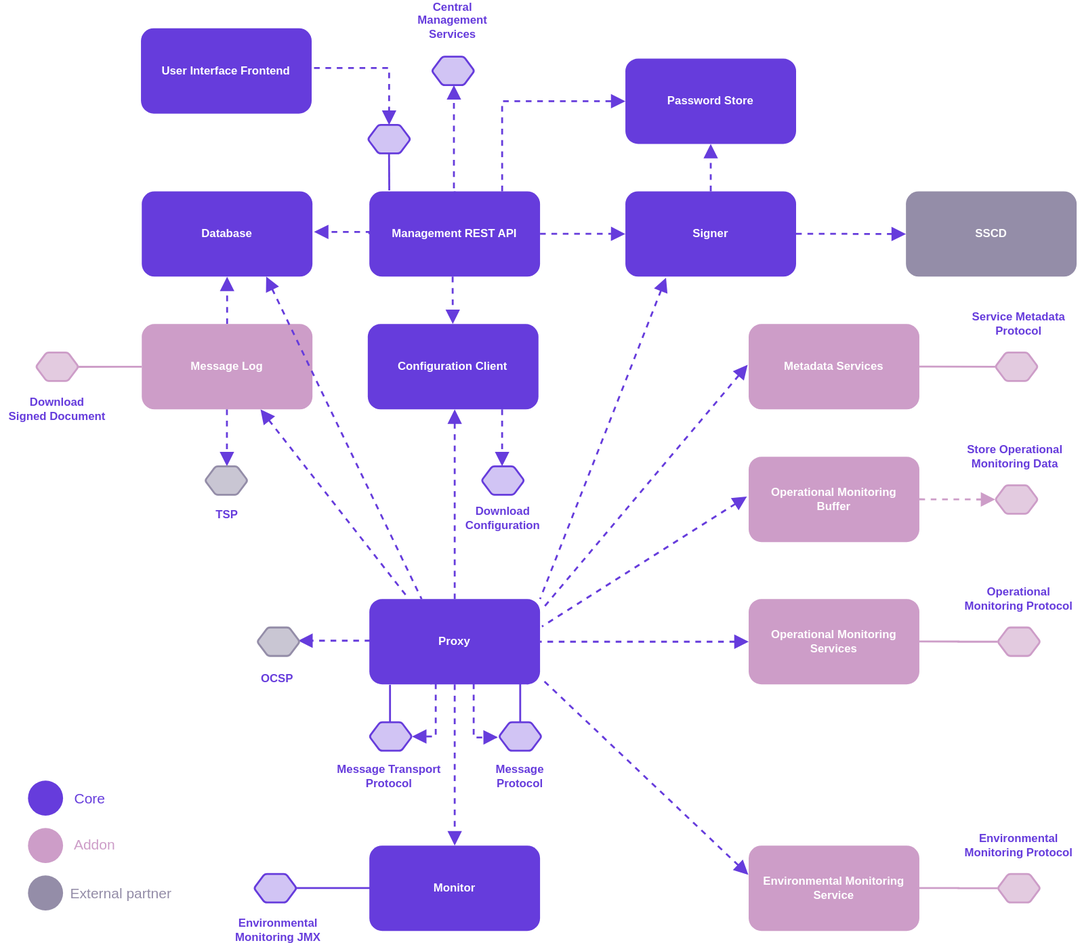
This is doc/Architecture/img/arc-ss_security_server_component_diagram.svg from nordic-institute/X-Road, a draw.io export, as it was before one commit. Source tidied: cells renumbered, new cells last; positions are measured from the earlier drawing's top-left corner, leaving out a move shared by most shapes.
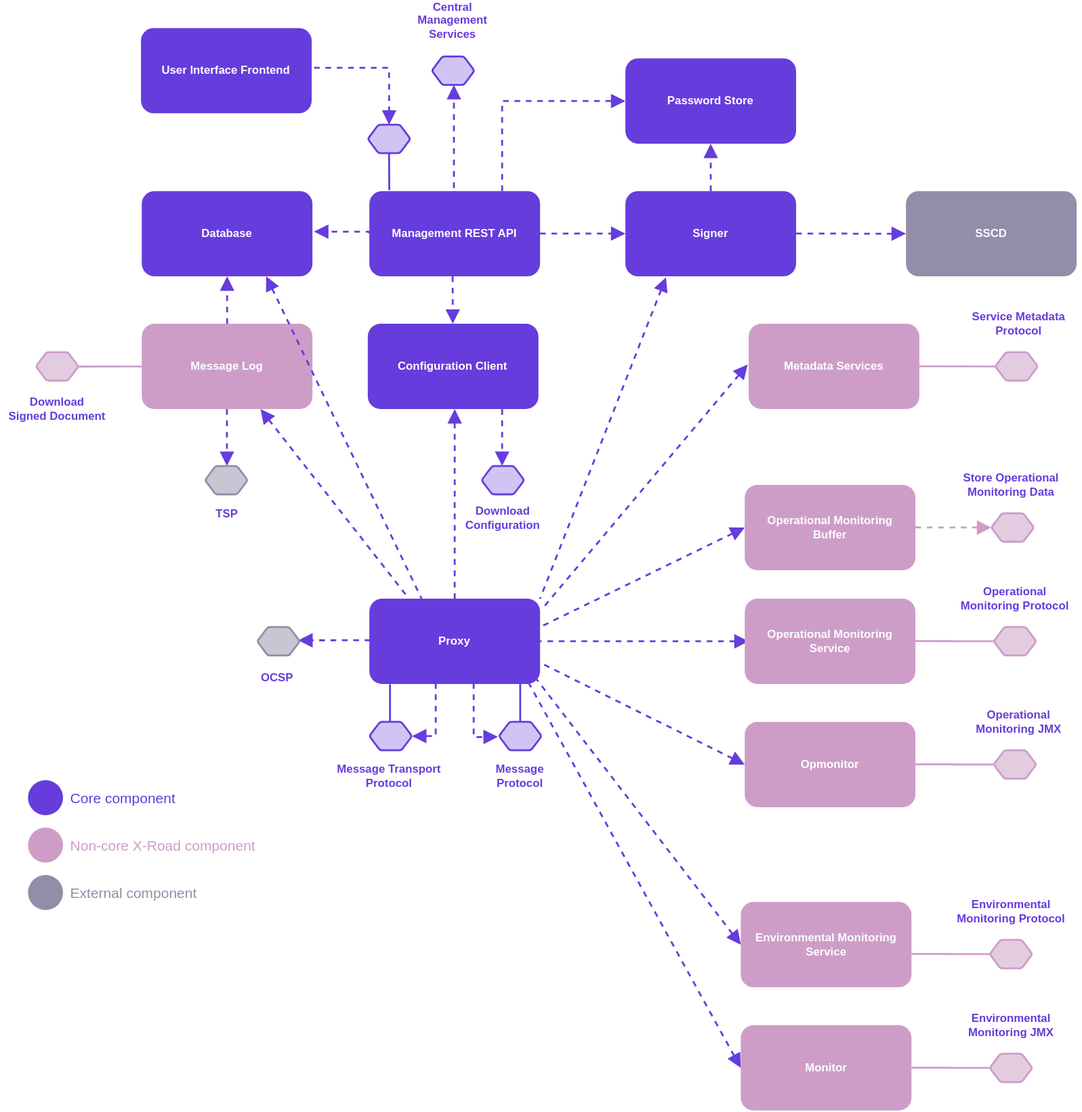
Above is the later version.

Commit message:
XRDDEV-1223 update diagram about monitoring

Diff of the diagram source:
```diff
@@ -18,26 +18,14 @@
         </Array>
       </mxGeometry>
     </mxCell>
-    <mxCell id="4" style="edgeStyle=orthogonalEdgeStyle;rounded=0;orthogonalLoop=1;jettySize=auto;html=1;strokeWidth=2;fontColor=#663CDC;endArrow=none;endFill=0;strokeColor=#663CDC;entryX=0;entryY=0.5;entryDx=0;entryDy=0;fontStyle=1;" parent="1" edge="1">
-      <mxGeometry relative="1" as="geometry">
-        <mxPoint x="309" y="924.8" as="sourcePoint" />
-        <mxPoint x="389" y="925" as="targetPoint" />
-        <Array as="points">
-          <mxPoint x="409" y="925" />
-          <mxPoint x="409" y="905" />
-          <mxPoint x="429" y="905" />
-          <mxPoint x="429" y="925" />
-        </Array>
-      </mxGeometry>
-    </mxCell>
     <mxCell id="5" style="edgeStyle=orthogonalEdgeStyle;rounded=0;jettySize=auto;html=1;strokeWidth=2;fontColor=#663CDC;endArrow=none;endFill=0;fontStyle=1;strokeColor=#CD9DC8;" parent="1" edge="1" target="52">
       <mxGeometry relative="1" as="geometry">
-        <mxPoint x="969" y="924.8" as="sourcePoint" />
+        <mxPoint x="960.7" y="994.8" as="sourcePoint" />
       </mxGeometry>
     </mxCell>
     <mxCell id="6" style="edgeStyle=orthogonalEdgeStyle;rounded=0;jettySize=auto;html=1;strokeWidth=2;fontColor=#663CDC;endArrow=none;endFill=0;fontStyle=1;strokeColor=#CD9DC8;" parent="1" edge="1" target="51">
       <mxGeometry relative="1" as="geometry">
-        <mxPoint x="969" y="664.8" as="sourcePoint" />
+        <mxPoint x="964.8" y="664.8" as="sourcePoint" />
       </mxGeometry>
     </mxCell>
     <mxCell id="7" style="edgeStyle=orthogonalEdgeStyle;rounded=0;orthogonalLoop=1;jettySize=auto;html=1;strokeWidth=2;fontColor=#663CDC;endArrow=none;endFill=0;fontStyle=1;strokeColor=#CD9DC8;" parent="1" edge="1">
@@ -52,11 +40,11 @@
     </mxCell>
     <mxCell id="8" style="edgeStyle=orthogonalEdgeStyle;rounded=0;orthogonalLoop=1;jettySize=auto;html=1;strokeWidth=2;fontColor=#663CDC;endArrow=block;endFill=1;dashed=1;endSize=10;fontStyle=1;strokeColor=#CD9DC8;startSize=10;" parent="1" edge="1">
       <mxGeometry relative="1" as="geometry">
-        <mxPoint x="969" y="514.8" as="sourcePoint" />
-        <mxPoint x="1049" y="515" as="targetPoint" />
+        <mxPoint x="964.8" y="544.8" as="sourcePoint" />
+        <mxPoint x="1044.8" y="545" as="targetPoint" />
         <Array as="points">
-          <mxPoint x="979" y="514.8" />
-          <mxPoint x="1059" y="514.8" />
+          <mxPoint x="974.8" y="544.8" />
+          <mxPoint x="1054.8" y="544.8" />
         </Array>
       </mxGeometry>
     </mxCell>
@@ -121,12 +109,6 @@
         </Array>
       </mxGeometry>
     </mxCell>
-    <mxCell id="17" style="edgeStyle=orthogonalEdgeStyle;rounded=0;orthogonalLoop=1;jettySize=auto;html=1;strokeWidth=2;fontColor=#663CDC;endArrow=block;endFill=1;strokeColor=#663CDC;dashed=1;endSize=10;exitX=0.75;exitY=1;exitDx=0;exitDy=0;entryX=0.5;entryY=0;entryDx=0;entryDy=0;fontStyle=1;startSize=10;" parent="1" edge="1">
-      <mxGeometry relative="1" as="geometry">
-        <mxPoint x="479" y="710" as="sourcePoint" />
-        <mxPoint x="479" y="880" as="targetPoint" />
-      </mxGeometry>
-    </mxCell>
     <mxCell id="18" style="edgeStyle=orthogonalEdgeStyle;rounded=0;jettySize=auto;html=1;strokeWidth=2;fontColor=#663CDC;endArrow=block;endFill=1;strokeColor=#663CDC;dashed=1;endSize=10;exitX=0.75;exitY=1;exitDx=0;exitDy=0;entryX=1;entryY=0.5;entryDx=0;entryDy=0;jumpSize=6;fontStyle=1;startSize=10;" parent="1" edge="1" target="67">
       <mxGeometry relative="1" as="geometry">
         <mxPoint x="454" y="710" as="sourcePoint" />
@@ -137,11 +119,8 @@
         </Array>
       </mxGeometry>
     </mxCell>
-    <mxCell id="19" style="endArrow=none;html=1;strokeWidth=2;fontColor=#663CDC;entryX=1.011;entryY=0.938;entryDx=0;entryDy=0;entryPerimeter=0;exitX=-0.002;exitY=0.342;exitDx=0;exitDy=0;exitPerimeter=0;endFill=0;endSize=10;startArrow=block;startFill=1;startSize=10;dashed=1;strokeColor=#663CDC;fontStyle=1;" parent="1" edge="1">
-      <mxGeometry relative="1" as="geometry">
-        <mxPoint x="788.6" y="910.8" as="sourcePoint" />
-        <mxPoint x="571" y="704.4" as="targetPoint" />
-      </mxGeometry>
+    <mxCell id="19" style="endArrow=none;html=1;strokeWidth=2;fontColor=#663CDC;entryX=1;entryY=0.75;entryDx=0;entryDy=0;exitX=0;exitY=0.5;exitDx=0;exitDy=0;endFill=0;endSize=10;startArrow=block;startFill=1;startSize=10;dashed=1;strokeColor=#663CDC;fontStyle=1;" parent="1" edge="1" source="81" target="58">
+      <mxGeometry relative="1" as="geometry" />
     </mxCell>
     <mxCell id="20" style="edgeStyle=orthogonalEdgeStyle;rounded=0;orthogonalLoop=1;jettySize=auto;html=1;strokeWidth=2;fontColor=#663CDC;endArrow=block;endFill=1;strokeColor=#663CDC;dashed=1;endSize=10;exitX=0.75;exitY=1;exitDx=0;exitDy=0;fontStyle=1;startSize=10;" parent="1" edge="1">
       <mxGeometry relative="1" as="geometry">
@@ -172,9 +151,8 @@
         </Array>
       </mxGeometry>
     </mxCell>
-    <mxCell id="23" style="endArrow=none;html=1;strokeWidth=2;fontColor=#663CDC;endFill=0;endSize=10;startArrow=block;startFill=1;startSize=10;dashed=1;strokeColor=#663CDC;exitX=-0.01;exitY=0.465;exitDx=0;exitDy=0;exitPerimeter=0;fontStyle=1;" parent="1" edge="1">
+    <mxCell id="23" style="endArrow=none;html=1;strokeWidth=2;fontColor=#663CDC;endFill=0;endSize=10;startArrow=block;startFill=1;startSize=10;dashed=1;strokeColor=#663CDC;exitX=0;exitY=0.5;exitDx=0;exitDy=0;fontStyle=1;" parent="1" edge="1" source="47">
       <mxGeometry relative="1" as="geometry">
-        <mxPoint x="787.2" y="511.8" as="sourcePoint" />
         <mxPoint x="571" y="649" as="targetPoint" />
       </mxGeometry>
     </mxCell>
@@ -235,8 +213,8 @@
     <mxCell id="35" value="Download&lt;br&gt;Configuration" style="text;html=1;strokeColor=none;fillColor=none;align=center;verticalAlign=middle;whiteSpace=wrap;rounded=0;fontColor=#663CDC;fontStyle=1;" parent="1" vertex="1">
       <mxGeometry x="464.8" y="525" width="130" height="20" as="geometry" />
     </mxCell>
-    <mxCell id="36" value="Environmental&lt;br&gt;Monitoring JMX" style="text;html=1;strokeColor=none;fillColor=none;align=center;verticalAlign=middle;whiteSpace=wrap;rounded=0;fontColor=#663CDC;fontStyle=1;" parent="1" vertex="1">
-      <mxGeometry x="228.2" y="959" width="130" height="20" as="geometry" />
+    <mxCell id="36" value="Operational&lt;br&gt;Monitoring JMX" style="text;html=1;strokeColor=none;fillColor=none;align=center;verticalAlign=middle;whiteSpace=wrap;rounded=0;fontColor=#663CDC;fontStyle=1;" parent="1" vertex="1">
+      <mxGeometry x="1009" y="740" width="130" height="20" as="geometry" />
     </mxCell>
     <mxCell id="37" value="Message&lt;br&gt;Protocol" style="text;html=1;strokeColor=none;fillColor=none;align=center;verticalAlign=middle;whiteSpace=wrap;rounded=0;fontColor=#663CDC;fontStyle=1;" parent="1" vertex="1">
       <mxGeometry x="483.2" y="797" width="130" height="20" as="geometry" />
@@ -245,13 +223,13 @@
       <mxGeometry x="1009" y="320" width="130" height="20" as="geometry" />
     </mxCell>
     <mxCell id="39" value="Store Operational&lt;br&gt;Monitoring Data" style="text;html=1;strokeColor=none;fillColor=none;align=center;verticalAlign=middle;whiteSpace=wrap;rounded=0;fontColor=#663CDC;fontStyle=1;" parent="1" vertex="1">
-      <mxGeometry x="1004.8" y="460" width="130" height="20" as="geometry" />
+      <mxGeometry x="1000.7" y="490" width="130" height="20" as="geometry" />
     </mxCell>
     <mxCell id="40" value="Operational&lt;br&gt;Monitoring Protocol" style="text;html=1;strokeColor=none;fillColor=none;align=center;verticalAlign=middle;whiteSpace=wrap;rounded=0;fontColor=#663CDC;fontStyle=1;" parent="1" vertex="1">
-      <mxGeometry x="1009" y="610" width="130" height="20" as="geometry" />
+      <mxGeometry x="1004.8" y="610" width="130" height="20" as="geometry" />
     </mxCell>
     <mxCell id="41" value="Environmental&lt;br&gt;Monitoring Protocol" style="text;html=1;strokeColor=none;fillColor=none;align=center;verticalAlign=middle;whiteSpace=wrap;rounded=0;fontColor=#663CDC;fontStyle=1;" parent="1" vertex="1">
-      <mxGeometry x="1009" y="870" width="130" height="20" as="geometry" />
+      <mxGeometry x="1000.7" y="940" width="130" height="20" as="geometry" />
     </mxCell>
     <mxCell id="42" style="edgeStyle=orthogonalEdgeStyle;rounded=0;orthogonalLoop=1;jettySize=auto;html=1;strokeWidth=2;fontColor=#663CDC;endArrow=none;endFill=0;strokeColor=#663CDC;endSize=16;fontStyle=1;entryX=0.498;entryY=1.017;entryDx=0;entryDy=0;entryPerimeter=0;" parent="1" edge="1">
       <mxGeometry relative="1" as="geometry">
@@ -281,13 +259,13 @@
       </mxGeometry>
     </mxCell>
     <mxCell id="45" value="&lt;span style=&quot;font-weight: 700;&quot;&gt;Environmental Monitoring&lt;/span&gt;&lt;br style=&quot;font-weight: 700;&quot;&gt;&lt;span style=&quot;font-weight: 700;&quot;&gt;Service&lt;/span&gt;" style="rounded=1;whiteSpace=wrap;html=1;dashed=1;strokeColor=none;strokeWidth=2;fontColor=#FFFFFF;fillColor=#CD9DC8;" parent="1" vertex="1">
-      <mxGeometry x="789" y="880" width="180" height="90" as="geometry" />
+      <mxGeometry x="780.7" y="940" width="180" height="90" as="geometry" />
     </mxCell>
-    <mxCell id="46" value="&lt;span style=&quot;font-weight: 700&quot;&gt;Operational Monitoring&lt;/span&gt;&lt;br style=&quot;font-weight: 700&quot;&gt;&lt;span style=&quot;font-weight: 700&quot;&gt;Services&lt;/span&gt;" style="rounded=1;whiteSpace=wrap;html=1;dashed=1;strokeColor=none;strokeWidth=2;fontColor=#FFFFFF;fillColor=#CD9DC8;" parent="1" vertex="1">
-      <mxGeometry x="789" y="620" width="180" height="90" as="geometry" />
+    <mxCell id="46" value="&lt;span style=&quot;font-weight: 700&quot;&gt;Operational Monitoring&lt;/span&gt;&lt;br style=&quot;font-weight: 700&quot;&gt;&lt;span style=&quot;font-weight: 700&quot;&gt;Service&lt;/span&gt;" style="rounded=1;whiteSpace=wrap;html=1;dashed=1;strokeColor=none;strokeWidth=2;fontColor=#FFFFFF;fillColor=#CD9DC8;" parent="1" vertex="1">
+      <mxGeometry x="784.8" y="620" width="180" height="90" as="geometry" />
     </mxCell>
     <mxCell id="47" value="&lt;b&gt;Operational Monitoring&lt;br&gt;Buffer&lt;/b&gt;" style="rounded=1;whiteSpace=wrap;html=1;dashed=1;strokeColor=none;strokeWidth=2;fontColor=#FFFFFF;fillColor=#CD9DC8;" parent="1" vertex="1">
-      <mxGeometry x="789" y="470" width="180" height="90" as="geometry" />
+      <mxGeometry x="784.8" y="500" width="180" height="90" as="geometry" />
     </mxCell>
     <mxCell id="48" value="&lt;b&gt;Metadata Services&lt;/b&gt;" style="rounded=1;whiteSpace=wrap;html=1;dashed=1;strokeColor=none;strokeWidth=2;fontColor=#FFFFFF;fillColor=#CD9DC8;" parent="1" vertex="1">
       <mxGeometry x="789" y="330" width="180" height="90" as="geometry" />
@@ -296,13 +274,13 @@
       <mxGeometry x="1049" y="360" width="45" height="30" as="geometry" />
     </mxCell>
     <mxCell id="50" style="shape=hexagon;perimeter=hexagonPerimeter2;whiteSpace=wrap;html=1;rounded=1;shadow=0;strokeWidth=2;fontSize=15;fontColor=#FFFFFF;arcSize=5;fillColor=#E3CBE0;strokeColor=#CD9DC8;" parent="1" vertex="1">
-      <mxGeometry x="1049" y="500" width="45" height="30" as="geometry" />
+      <mxGeometry x="1044.8" y="530" width="45" height="30" as="geometry" />
     </mxCell>
     <mxCell id="51" style="shape=hexagon;perimeter=hexagonPerimeter2;whiteSpace=wrap;html=1;rounded=1;shadow=0;strokeWidth=2;fontSize=15;fontColor=#FFFFFF;arcSize=5;fillColor=#E3CBE0;strokeColor=#CD9DC8;" parent="1" vertex="1">
-      <mxGeometry x="1051.5" y="650" width="45" height="30" as="geometry" />
+      <mxGeometry x="1047.3" y="650" width="45" height="30" as="geometry" />
     </mxCell>
     <mxCell id="52" style="shape=hexagon;perimeter=hexagonPerimeter2;whiteSpace=wrap;html=1;rounded=1;shadow=0;strokeWidth=2;fontSize=15;fontColor=#FFFFFF;arcSize=5;fillColor=#E3CBE0;strokeColor=#CD9DC8;" parent="1" vertex="1">
-      <mxGeometry x="1051.5" y="910" width="45" height="30" as="geometry" />
+      <mxGeometry x="1043.2" y="980" width="45" height="30" as="geometry" />
     </mxCell>
     <mxCell id="53" value="&lt;b&gt;SSCD&lt;/b&gt;" style="rounded=1;whiteSpace=wrap;html=1;dashed=1;strokeColor=none;strokeWidth=2;fontColor=#FFFFFF;fillColor=#948DA8;" parent="1" vertex="1">
       <mxGeometry x="954.8" y="190" width="180" height="90" as="geometry" />
@@ -331,9 +309,6 @@
     <mxCell id="61" value="&lt;b&gt;Signer&lt;/b&gt;" style="rounded=1;whiteSpace=wrap;html=1;dashed=1;strokeColor=none;strokeWidth=2;fontColor=#FFFFFF;fillColor=#663CDC;" parent="1" vertex="1">
       <mxGeometry x="659" y="190" width="180" height="90" as="geometry" />
     </mxCell>
-    <mxCell id="62" value="&lt;b&gt;Monitor&lt;/b&gt;" style="rounded=1;whiteSpace=wrap;html=1;dashed=1;strokeColor=none;strokeWidth=2;fontColor=#FFFFFF;fillColor=#663CDC;" parent="1" vertex="1">
-      <mxGeometry x="389" y="880" width="180" height="90" as="geometry" />
-    </mxCell>
     <mxCell id="63" style="shape=hexagon;perimeter=hexagonPerimeter2;whiteSpace=wrap;html=1;rounded=1;shadow=0;strokeColor=#663CDC;strokeWidth=2;fillColor=#D1C4F4;fontSize=15;fontColor=#FFFFFF;arcSize=5;" parent="1" vertex="1">
       <mxGeometry x="454.8" y="48" width="45" height="30" as="geometry" />
     </mxCell>
@@ -352,9 +327,6 @@
     <mxCell id="68" style="shape=hexagon;perimeter=hexagonPerimeter2;whiteSpace=wrap;html=1;rounded=1;shadow=0;strokeColor=#663CDC;strokeWidth=2;fillColor=#D1C4F4;fontSize=15;fontColor=#FFFFFF;arcSize=5;" parent="1" vertex="1">
       <mxGeometry x="525.7" y="750" width="45" height="30" as="geometry" />
     </mxCell>
-    <mxCell id="69" style="shape=hexagon;perimeter=hexagonPerimeter2;whiteSpace=wrap;html=1;rounded=1;shadow=0;strokeColor=#663CDC;strokeWidth=2;fillColor=#D1C4F4;fontSize=15;fontColor=#FFFFFF;arcSize=5;" parent="1" vertex="1">
-      <mxGeometry x="267.3" y="910" width="45" height="30" as="geometry" />
-    </mxCell>
     <mxCell id="70" style="shape=hexagon;perimeter=hexagonPerimeter2;whiteSpace=wrap;html=1;rounded=1;shadow=0;strokeWidth=2;fontSize=15;fontColor=#FFFFFF;arcSize=5;strokeColor=#948DA8;fillColor=#C9C6D3;" parent="1" vertex="1">
       <mxGeometry x="270.7" y="650" width="45" height="30" as="geometry" />
     </mxCell>
@@ -370,20 +342,51 @@
     <mxCell id="73" style="ellipse;whiteSpace=wrap;html=1;rounded=1;shadow=0;strokeColor=none;strokeWidth=2;fillColor=#663CDC;fontSize=15;fontColor=#00C8E6;" parent="1" vertex="1">
       <mxGeometry x="29" y="811.5" width="37" height="37" as="geometry" />
     </mxCell>
-    <mxCell id="74" value="&lt;font color=&quot;#663cdc&quot;&gt;Core&lt;/font&gt;" style="text;html=1;align=center;verticalAlign=middle;fontSize=15;fontColor=#00C8E6;" parent="1" vertex="1">
-      <mxGeometry x="72" y="819" width="43" height="22" as="geometry" />
+    <mxCell id="74" value="&lt;font color=&quot;#663cdc&quot;&gt;Core component&lt;/font&gt;" style="text;html=1;align=left;verticalAlign=middle;fontSize=15;fontColor=#00C8E6;" parent="1" vertex="1">
+      <mxGeometry x="72" y="820" width="130" height="20" as="geometry" />
     </mxCell>
     <mxCell id="75" style="ellipse;whiteSpace=wrap;html=1;rounded=1;shadow=0;strokeColor=none;strokeWidth=2;fillColor=#CD9DC8;fontSize=15;fontColor=#00C8E6;" parent="1" vertex="1">
       <mxGeometry x="29" y="861.5" width="37" height="37" as="geometry" />
     </mxCell>
-    <mxCell id="76" value="&lt;font color=&quot;#cd9dc8&quot;&gt;Addon&lt;/font&gt;" style="text;html=1;align=center;verticalAlign=middle;fontSize=15;fontColor=#00C8E6;" parent="1" vertex="1">
-      <mxGeometry x="72" y="868" width="53" height="22" as="geometry" />
+    <mxCell id="76" value="&lt;font color=&quot;#cd9dc8&quot;&gt;Non-core X-Road component&lt;/font&gt;" style="text;html=1;align=left;verticalAlign=middle;fontSize=15;fontColor=#00C8E6;" parent="1" vertex="1">
+      <mxGeometry x="72" y="870" width="210" height="20" as="geometry" />
     </mxCell>
     <mxCell id="77" style="ellipse;whiteSpace=wrap;html=1;rounded=1;shadow=0;strokeColor=none;strokeWidth=2;fontSize=15;fontColor=#00C8E6;fillColor=#948DA8;" parent="1" vertex="1">
       <mxGeometry x="29" y="911.5" width="37" height="37" as="geometry" />
     </mxCell>
-    <mxCell id="78" value="&lt;font color=&quot;#948da8&quot;&gt;External partner&lt;/font&gt;" style="text;html=1;align=left;verticalAlign=middle;fontSize=15;fontColor=#00C8E6;" parent="1" vertex="1">
-      <mxGeometry x="72" y="920" width="120" height="20" as="geometry" />
+    <mxCell id="78" value="&lt;font color=&quot;#948da8&quot;&gt;External component&lt;/font&gt;" style="text;html=1;align=left;verticalAlign=middle;fontSize=15;fontColor=#00C8E6;" parent="1" vertex="1">
+      <mxGeometry x="72" y="920" width="150" height="20" as="geometry" />
     </mxCell>
+    <mxCell id="79" style="edgeStyle=orthogonalEdgeStyle;rounded=0;jettySize=auto;html=1;strokeWidth=2;fontColor=#663CDC;endArrow=none;endFill=0;fontStyle=1;strokeColor=#CD9DC8;" parent="1" edge="1" target="80">
+      <mxGeometry relative="1" as="geometry">
+        <mxPoint x="964.8" y="794.8" as="sourcePoint" />
+      </mxGeometry>
+    </mxCell>
+    <mxCell id="80" style="shape=hexagon;perimeter=hexagonPerimeter2;whiteSpace=wrap;html=1;rounded=1;shadow=0;strokeWidth=2;fontSize=15;fontColor=#FFFFFF;arcSize=5;fillColor=#E3CBE0;strokeColor=#CD9DC8;" parent="1" vertex="1">
+      <mxGeometry x="1047.3" y="780" width="45" height="30" as="geometry" />
+    </mxCell>
+    <mxCell id="81" value="&lt;b&gt;Opmonitor&lt;/b&gt;" style="rounded=1;whiteSpace=wrap;html=1;dashed=1;strokeColor=none;strokeWidth=2;fontColor=#FFFFFF;fillColor=#CD9DC8;" parent="1" vertex="1">
+      <mxGeometry x="784.8" y="750" width="180" height="90" as="geometry" />
+    </mxCell>
+    <mxCell id="62" value="&lt;b&gt;Monitor&lt;/b&gt;" style="rounded=1;whiteSpace=wrap;html=1;dashed=1;strokeColor=none;strokeWidth=2;fontColor=#FFFFFF;fillColor=#CD9DC8;" parent="1" vertex="1">
+      <mxGeometry x="780.7" y="1070" width="180" height="90" as="geometry" />
+    </mxCell>
+    <mxCell id="82" style="edgeStyle=orthogonalEdgeStyle;rounded=0;jettySize=auto;html=1;strokeWidth=2;fontColor=#663CDC;endArrow=none;endFill=0;fontStyle=1;strokeColor=#CD9DC8;" parent="1" edge="1" target="83">
+      <mxGeometry relative="1" as="geometry">
+        <mxPoint x="960.7" y="1114.8" as="sourcePoint" />
+      </mxGeometry>
+    </mxCell>
+    <mxCell id="83" style="shape=hexagon;perimeter=hexagonPerimeter2;whiteSpace=wrap;html=1;rounded=1;shadow=0;strokeWidth=2;fontSize=15;fontColor=#FFFFFF;arcSize=5;fillColor=#E3CBE0;strokeColor=#CD9DC8;" parent="1" vertex="1">
+      <mxGeometry x="1043.2" y="1100" width="45" height="30" as="geometry" />
+    </mxCell>
+    <mxCell id="84" value="Environmental&lt;br&gt;Monitoring JMX" style="text;html=1;strokeColor=none;fillColor=none;align=center;verticalAlign=middle;whiteSpace=wrap;rounded=0;fontColor=#663CDC;fontStyle=1;" parent="1" vertex="1">
+      <mxGeometry x="1000.7" y="1060" width="130" height="20" as="geometry" />
+    </mxCell>
+    <mxCell id="85" style="endArrow=none;html=1;strokeWidth=2;fontColor=#663CDC;entryX=0.981;entryY=0.948;entryDx=0;entryDy=0;entryPerimeter=0;exitX=0;exitY=0.5;exitDx=0;exitDy=0;endFill=0;endSize=10;startArrow=block;startFill=1;startSize=10;dashed=1;strokeColor=#663CDC;fontStyle=1;" parent="1" edge="1" source="45" target="58">
+      <mxGeometry relative="1" as="geometry" />
+    </mxCell>
+    <mxCell id="86" style="endArrow=none;html=1;strokeWidth=2;fontColor=#663CDC;entryX=0.935;entryY=0.994;entryDx=0;entryDy=0;entryPerimeter=0;exitX=0;exitY=0.5;exitDx=0;exitDy=0;endFill=0;endSize=10;startArrow=block;startFill=1;startSize=10;dashed=1;strokeColor=#663CDC;fontStyle=1;" parent="1" edge="1" source="62" target="58">
+      <mxGeometry relative="1" as="geometry" />
+    </mxCell>
   </root>
 </mxGraphModel>
```
